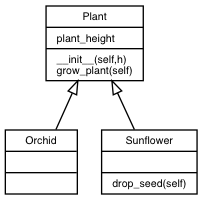
Before: tmp/class.png, a diagram exported from Graphviz (epic342/Assignment-3). Its source is kept beside it as tmp/class.dot. Source of this version:
```dot
                digraph G {
                    rankdir=BT
                    node [
                        fontname = "Sans Not-Rotated 8"
                        fontsize = 8
                        shape = "record"
                    ]
                    edge [
                        fontname = "Sans Not-Rotated 8"
                        fontsize = 8
                    ]
                subgraph {
Orchid [
label = "{Orchid||}"
]
Plant [
label = "{Plant|plant_height\l|__init__(self,h)\lgrow_plant(self)\l}"
]
Sunflower [
label = "{Sunflower||drop_seed(self)\l}"
]
}

                edge [
                    arrowhead = "empty"
                ]
            Orchid -> Plant
Sunflower -> Plant
}
```
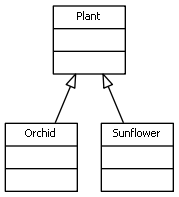
Above is the later version.

The edit, as a diff of the source:
```diff
@@ -14,10 +14,10 @@
 label = "{Orchid||}"
 ]
 Plant [
-label = "{Plant|plant_height\l|__init__(self,h)\lgrow_plant(self)\l}"
+label = "{Plant||}"
 ]
 Sunflower [
-label = "{Sunflower||drop_seed(self)\l}"
+label = "{Sunflower||}"
 ]
 }
 
```
